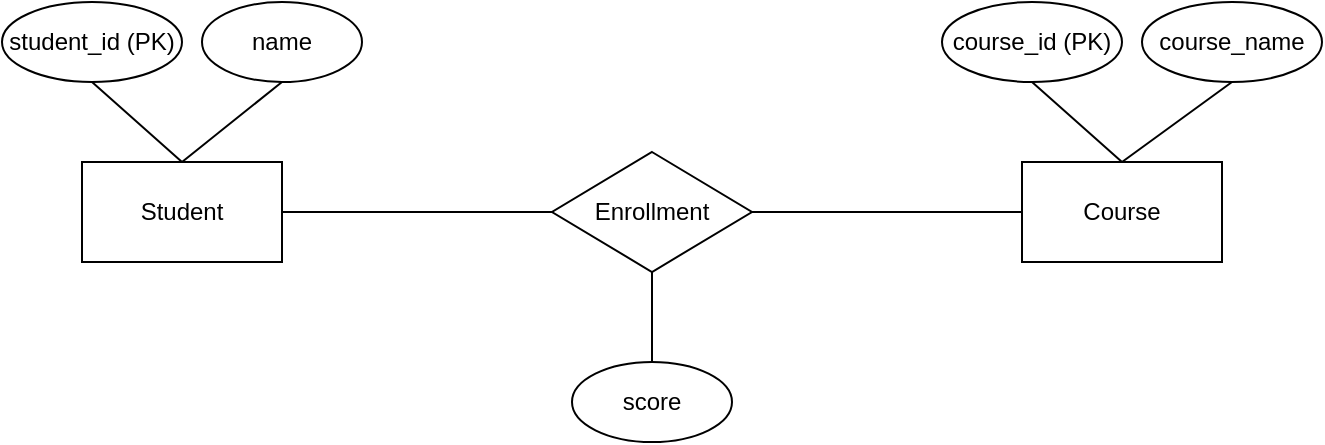
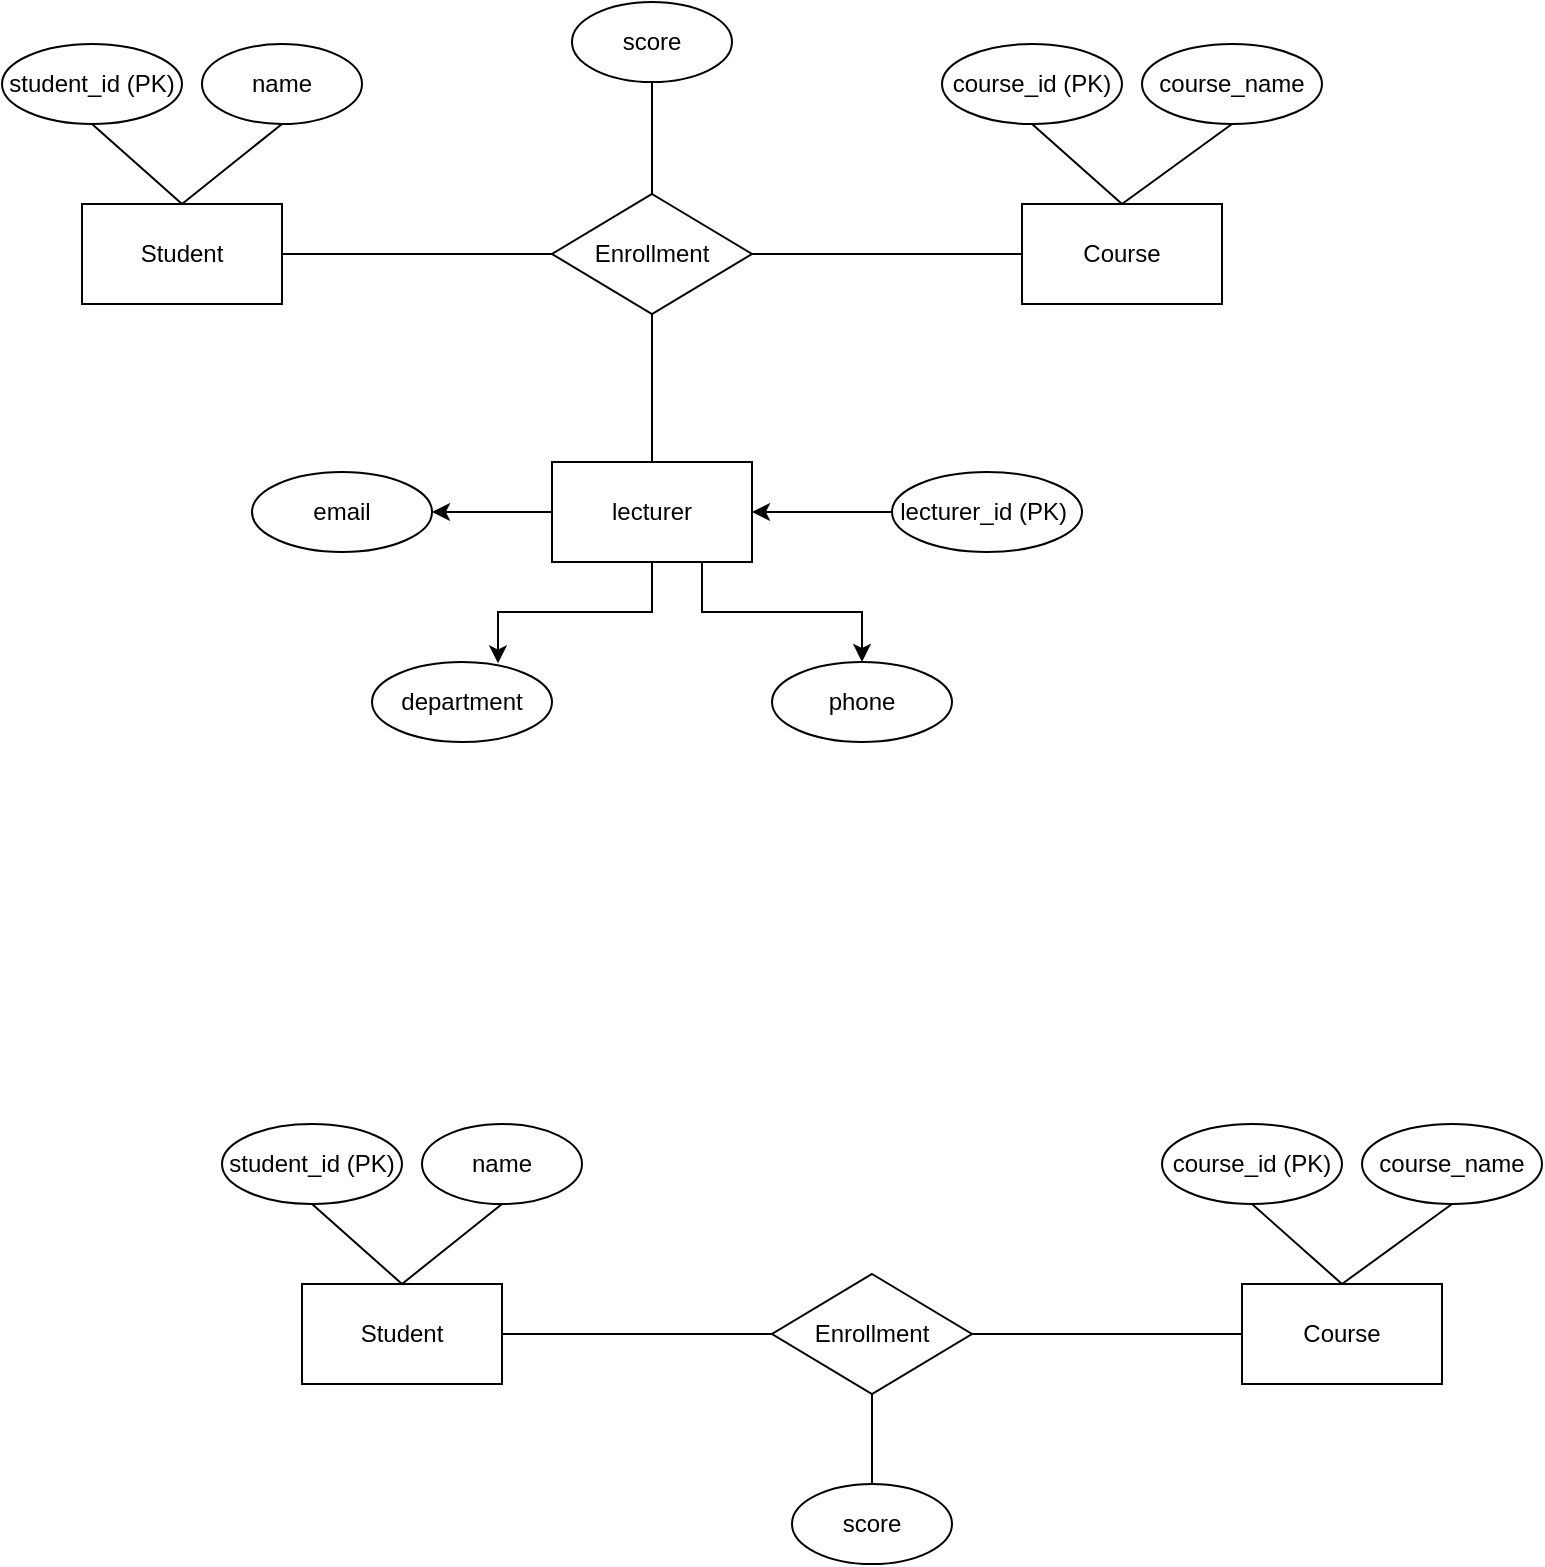
<mxfile host="app.diagrams.net">
  <diagram name="Simple Student-Course ER" id="fwNlAgDvCeeYRHubRhV6">
    <mxGraphModel dx="1193" dy="626" grid="1" gridSize="10" guides="1" tooltips="1" connect="1" arrows="1" fold="1" page="1" pageScale="1" pageWidth="827" pageHeight="1169" math="0" shadow="0">
      <root>
        <mxCell id="0" />
        <mxCell id="1" parent="0" />
        <mxCell id="IROLmOIXGp75EkXkSlvd-1" parent="1" style="rounded=0;whiteSpace=wrap;html=1;" value="Student" vertex="1">
          <mxGeometry height="50" width="100" x="105" y="231" as="geometry" />
        </mxCell>
        <mxCell id="IROLmOIXGp75EkXkSlvd-2" parent="1" style="ellipse;whiteSpace=wrap;html=1;" value="student_id (PK)" vertex="1">
          <mxGeometry height="40" width="90" x="65" y="151" as="geometry" />
        </mxCell>
        <mxCell id="IROLmOIXGp75EkXkSlvd-3" parent="1" style="ellipse;whiteSpace=wrap;html=1;" value="name" vertex="1">
          <mxGeometry height="40" width="80" x="165" y="151" as="geometry" />
        </mxCell>
        <mxCell id="IROLmOIXGp75EkXkSlvd-4" parent="1" style="rounded=0;whiteSpace=wrap;html=1;" value="Course" vertex="1">
          <mxGeometry height="50" width="100" x="575" y="231" as="geometry" />
        </mxCell>
        <mxCell id="IROLmOIXGp75EkXkSlvd-5" parent="1" style="ellipse;whiteSpace=wrap;html=1;" value="course_id (PK)" vertex="1">
          <mxGeometry height="40" width="90" x="535" y="151" as="geometry" />
        </mxCell>
        <mxCell id="IROLmOIXGp75EkXkSlvd-6" parent="1" style="ellipse;whiteSpace=wrap;html=1;" value="course_name" vertex="1">
          <mxGeometry height="40" width="90" x="635" y="151" as="geometry" />
        </mxCell>
+         <mxCell id="1XC2Y4Mh49434fAYC4of-26" edge="1" parent="1" source="IROLmOIXGp75EkXkSlvd-7" style="edgeStyle=orthogonalEdgeStyle;rounded=0;orthogonalLoop=1;jettySize=auto;html=1;endArrow=none;endFill=0;" value="">
+           <mxGeometry relative="1" as="geometry">
+             <mxPoint x="390" y="360" as="targetPoint" />
+           </mxGeometry>
+         </mxCell>
        <mxCell id="IROLmOIXGp75EkXkSlvd-7" parent="1" style="rhombus;whiteSpace=wrap;html=1;" value="Enrollment" vertex="1">
          <mxGeometry height="60" width="100" x="340" y="226" as="geometry" />
        </mxCell>
+         <mxCell id="1XC2Y4Mh49434fAYC4of-25" edge="1" parent="1" source="IROLmOIXGp75EkXkSlvd-8" style="edgeStyle=orthogonalEdgeStyle;rounded=0;orthogonalLoop=1;jettySize=auto;html=1;exitX=0.5;exitY=1;exitDx=0;exitDy=0;entryX=0.5;entryY=0;entryDx=0;entryDy=0;endArrow=none;endFill=0;" target="IROLmOIXGp75EkXkSlvd-7">
+           <mxGeometry relative="1" as="geometry" />
+         </mxCell>
        <mxCell id="IROLmOIXGp75EkXkSlvd-8" parent="1" style="ellipse;whiteSpace=wrap;html=1;" value="score" vertex="1">
-           <mxGeometry height="40" width="80" x="350" y="331" as="geometry" />
+           <mxGeometry height="40" width="80" x="350" y="130" as="geometry" />
        </mxCell>
        <mxCell id="IROLmOIXGp75EkXkSlvd-9" edge="1" parent="1" source="IROLmOIXGp75EkXkSlvd-1" style="endArrow=none;html=1;rounded=0;exitX=0.5;exitY=0;exitDx=0;exitDy=0;entryX=0.5;entryY=1;entryDx=0;entryDy=0;" target="IROLmOIXGp75EkXkSlvd-2">
          <mxGeometry height="50" relative="1" width="50" as="geometry" />
        </mxCell>
        <mxCell id="IROLmOIXGp75EkXkSlvd-10" edge="1" parent="1" source="IROLmOIXGp75EkXkSlvd-1" style="endArrow=none;html=1;rounded=0;exitX=0.5;exitY=0;exitDx=0;exitDy=0;entryX=0.5;entryY=1;entryDx=0;entryDy=0;" target="IROLmOIXGp75EkXkSlvd-3">
          <mxGeometry height="50" relative="1" width="50" as="geometry" />
        </mxCell>
        <mxCell id="IROLmOIXGp75EkXkSlvd-11" edge="1" parent="1" source="IROLmOIXGp75EkXkSlvd-4" style="endArrow=none;html=1;rounded=0;exitX=0.5;exitY=0;exitDx=0;exitDy=0;entryX=0.5;entryY=1;entryDx=0;entryDy=0;" target="IROLmOIXGp75EkXkSlvd-5">
          <mxGeometry height="50" relative="1" width="50" as="geometry" />
        </mxCell>
        <mxCell id="IROLmOIXGp75EkXkSlvd-12" edge="1" parent="1" source="IROLmOIXGp75EkXkSlvd-4" style="endArrow=none;html=1;rounded=0;exitX=0.5;exitY=0;exitDx=0;exitDy=0;entryX=0.5;entryY=1;entryDx=0;entryDy=0;" target="IROLmOIXGp75EkXkSlvd-6">
          <mxGeometry height="50" relative="1" width="50" as="geometry" />
        </mxCell>
        <mxCell id="IROLmOIXGp75EkXkSlvd-13" edge="1" parent="1" source="IROLmOIXGp75EkXkSlvd-1" style="endArrow=none;html=1;rounded=0;exitX=1;exitY=0.5;exitDx=0;exitDy=0;entryX=0;entryY=0.5;entryDx=0;entryDy=0;" target="IROLmOIXGp75EkXkSlvd-7">
          <mxGeometry height="50" relative="1" width="50" as="geometry" />
        </mxCell>
        <mxCell id="IROLmOIXGp75EkXkSlvd-14" edge="1" parent="1" source="IROLmOIXGp75EkXkSlvd-4" style="endArrow=none;html=1;rounded=0;exitX=0;exitY=0.5;exitDx=0;exitDy=0;entryX=1;entryY=0.5;entryDx=0;entryDy=0;" target="IROLmOIXGp75EkXkSlvd-7">
          <mxGeometry height="50" relative="1" width="50" as="geometry" />
        </mxCell>
-         <mxCell id="IROLmOIXGp75EkXkSlvd-15" edge="1" parent="1" source="IROLmOIXGp75EkXkSlvd-7" style="endArrow=none;html=1;rounded=0;exitX=0.5;exitY=1;exitDx=0;exitDy=0;entryX=0.5;entryY=0;entryDx=0;entryDy=0;" target="IROLmOIXGp75EkXkSlvd-8">
+         <mxCell id="1XC2Y4Mh49434fAYC4of-34" edge="1" parent="1" source="1XC2Y4Mh49434fAYC4of-11" style="edgeStyle=orthogonalEdgeStyle;rounded=0;orthogonalLoop=1;jettySize=auto;html=1;exitX=0.75;exitY=1;exitDx=0;exitDy=0;entryX=0.5;entryY=0;entryDx=0;entryDy=0;" target="1XC2Y4Mh49434fAYC4of-18">
+           <mxGeometry relative="1" as="geometry" />
+         </mxCell>
+         <mxCell id="1XC2Y4Mh49434fAYC4of-35" edge="1" parent="1" source="1XC2Y4Mh49434fAYC4of-11" style="edgeStyle=orthogonalEdgeStyle;rounded=0;orthogonalLoop=1;jettySize=auto;html=1;exitX=0;exitY=0.5;exitDx=0;exitDy=0;entryX=1;entryY=0.5;entryDx=0;entryDy=0;" target="1XC2Y4Mh49434fAYC4of-17">
+           <mxGeometry relative="1" as="geometry" />
+         </mxCell>
+         <mxCell id="1XC2Y4Mh49434fAYC4of-11" parent="1" style="rounded=0;whiteSpace=wrap;html=1;" value="lecturer" vertex="1">
+           <mxGeometry height="50" width="100" x="340" y="360" as="geometry" />
+         </mxCell>
+         <mxCell id="1XC2Y4Mh49434fAYC4of-30" edge="1" parent="1" source="1XC2Y4Mh49434fAYC4of-12" style="edgeStyle=orthogonalEdgeStyle;rounded=0;orthogonalLoop=1;jettySize=auto;html=1;" target="1XC2Y4Mh49434fAYC4of-11" value="">
+           <mxGeometry relative="1" as="geometry" />
+         </mxCell>
+         <mxCell id="1XC2Y4Mh49434fAYC4of-12" parent="1" style="ellipse;whiteSpace=wrap;html=1;" value="lecturer_id (PK)&amp;nbsp;" vertex="1">
+           <mxGeometry height="40" width="95" x="510" y="365" as="geometry" />
+         </mxCell>
+         <mxCell id="1XC2Y4Mh49434fAYC4of-17" parent="1" style="ellipse;whiteSpace=wrap;html=1;" value="email" vertex="1">
+           <mxGeometry height="40" width="90" x="190" y="365" as="geometry" />
+         </mxCell>
+         <mxCell id="1XC2Y4Mh49434fAYC4of-18" parent="1" style="ellipse;whiteSpace=wrap;html=1;" value="phone" vertex="1">
+           <mxGeometry height="40" width="90" x="450" y="460" as="geometry" />
+         </mxCell>
+         <mxCell id="1XC2Y4Mh49434fAYC4of-19" parent="1" style="ellipse;whiteSpace=wrap;html=1;" value="department" vertex="1">
+           <mxGeometry height="40" width="90" x="250" y="460" as="geometry" />
+         </mxCell>
+         <mxCell id="1XC2Y4Mh49434fAYC4of-33" edge="1" parent="1" source="1XC2Y4Mh49434fAYC4of-11" style="edgeStyle=orthogonalEdgeStyle;rounded=0;orthogonalLoop=1;jettySize=auto;html=1;exitX=0.5;exitY=1;exitDx=0;exitDy=0;entryX=0.7;entryY=0.017;entryDx=0;entryDy=0;entryPerimeter=0;" target="1XC2Y4Mh49434fAYC4of-19">
+           <mxGeometry relative="1" as="geometry" />
+         </mxCell>
+         <mxCell id="1XC2Y4Mh49434fAYC4of-36" parent="1" style="rounded=0;whiteSpace=wrap;html=1;" value="Student" vertex="1">
+           <mxGeometry height="50" width="100" x="215" y="771" as="geometry" />
+         </mxCell>
+         <mxCell id="1XC2Y4Mh49434fAYC4of-37" parent="1" style="ellipse;whiteSpace=wrap;html=1;" value="student_id (PK)" vertex="1">
+           <mxGeometry height="40" width="90" x="175" y="691" as="geometry" />
+         </mxCell>
+         <mxCell id="1XC2Y4Mh49434fAYC4of-38" parent="1" style="ellipse;whiteSpace=wrap;html=1;" value="name" vertex="1">
+           <mxGeometry height="40" width="80" x="275" y="691" as="geometry" />
+         </mxCell>
+         <mxCell id="1XC2Y4Mh49434fAYC4of-39" parent="1" style="rounded=0;whiteSpace=wrap;html=1;" value="Course" vertex="1">
+           <mxGeometry height="50" width="100" x="685" y="771" as="geometry" />
+         </mxCell>
+         <mxCell id="1XC2Y4Mh49434fAYC4of-40" parent="1" style="ellipse;whiteSpace=wrap;html=1;" value="course_id (PK)" vertex="1">
+           <mxGeometry height="40" width="90" x="645" y="691" as="geometry" />
+         </mxCell>
+         <mxCell id="1XC2Y4Mh49434fAYC4of-41" parent="1" style="ellipse;whiteSpace=wrap;html=1;" value="course_name" vertex="1">
+           <mxGeometry height="40" width="90" x="745" y="691" as="geometry" />
+         </mxCell>
+         <mxCell id="1XC2Y4Mh49434fAYC4of-42" parent="1" style="rhombus;whiteSpace=wrap;html=1;" value="Enrollment" vertex="1">
+           <mxGeometry height="60" width="100" x="450" y="766" as="geometry" />
+         </mxCell>
+         <mxCell id="1XC2Y4Mh49434fAYC4of-43" parent="1" style="ellipse;whiteSpace=wrap;html=1;" value="score" vertex="1">
+           <mxGeometry height="40" width="80" x="460" y="871" as="geometry" />
+         </mxCell>
+         <mxCell id="1XC2Y4Mh49434fAYC4of-44" edge="1" parent="1" source="1XC2Y4Mh49434fAYC4of-36" style="endArrow=none;html=1;rounded=0;exitX=0.5;exitY=0;exitDx=0;exitDy=0;entryX=0.5;entryY=1;entryDx=0;entryDy=0;" target="1XC2Y4Mh49434fAYC4of-37">
+           <mxGeometry height="50" relative="1" width="50" as="geometry" />
+         </mxCell>
+         <mxCell id="1XC2Y4Mh49434fAYC4of-45" edge="1" parent="1" source="1XC2Y4Mh49434fAYC4of-36" style="endArrow=none;html=1;rounded=0;exitX=0.5;exitY=0;exitDx=0;exitDy=0;entryX=0.5;entryY=1;entryDx=0;entryDy=0;" target="1XC2Y4Mh49434fAYC4of-38">
+           <mxGeometry height="50" relative="1" width="50" as="geometry" />
+         </mxCell>
+         <mxCell id="1XC2Y4Mh49434fAYC4of-46" edge="1" parent="1" source="1XC2Y4Mh49434fAYC4of-39" style="endArrow=none;html=1;rounded=0;exitX=0.5;exitY=0;exitDx=0;exitDy=0;entryX=0.5;entryY=1;entryDx=0;entryDy=0;" target="1XC2Y4Mh49434fAYC4of-40">
+           <mxGeometry height="50" relative="1" width="50" as="geometry" />
+         </mxCell>
+         <mxCell id="1XC2Y4Mh49434fAYC4of-47" edge="1" parent="1" source="1XC2Y4Mh49434fAYC4of-39" style="endArrow=none;html=1;rounded=0;exitX=0.5;exitY=0;exitDx=0;exitDy=0;entryX=0.5;entryY=1;entryDx=0;entryDy=0;" target="1XC2Y4Mh49434fAYC4of-41">
+           <mxGeometry height="50" relative="1" width="50" as="geometry" />
+         </mxCell>
+         <mxCell id="1XC2Y4Mh49434fAYC4of-48" edge="1" parent="1" source="1XC2Y4Mh49434fAYC4of-36" style="endArrow=none;html=1;rounded=0;exitX=1;exitY=0.5;exitDx=0;exitDy=0;entryX=0;entryY=0.5;entryDx=0;entryDy=0;" target="1XC2Y4Mh49434fAYC4of-42">
+           <mxGeometry height="50" relative="1" width="50" as="geometry" />
+         </mxCell>
+         <mxCell id="1XC2Y4Mh49434fAYC4of-49" edge="1" parent="1" source="1XC2Y4Mh49434fAYC4of-39" style="endArrow=none;html=1;rounded=0;exitX=0;exitY=0.5;exitDx=0;exitDy=0;entryX=1;entryY=0.5;entryDx=0;entryDy=0;" target="1XC2Y4Mh49434fAYC4of-42">
+           <mxGeometry height="50" relative="1" width="50" as="geometry" />
+         </mxCell>
+         <mxCell id="1XC2Y4Mh49434fAYC4of-50" edge="1" parent="1" source="1XC2Y4Mh49434fAYC4of-42" style="endArrow=none;html=1;rounded=0;exitX=0.5;exitY=1;exitDx=0;exitDy=0;entryX=0.5;entryY=0;entryDx=0;entryDy=0;" target="1XC2Y4Mh49434fAYC4of-43">
          <mxGeometry height="50" relative="1" width="50" as="geometry" />
        </mxCell>
      </root>
    </mxGraphModel>
  </diagram>
</mxfile>
